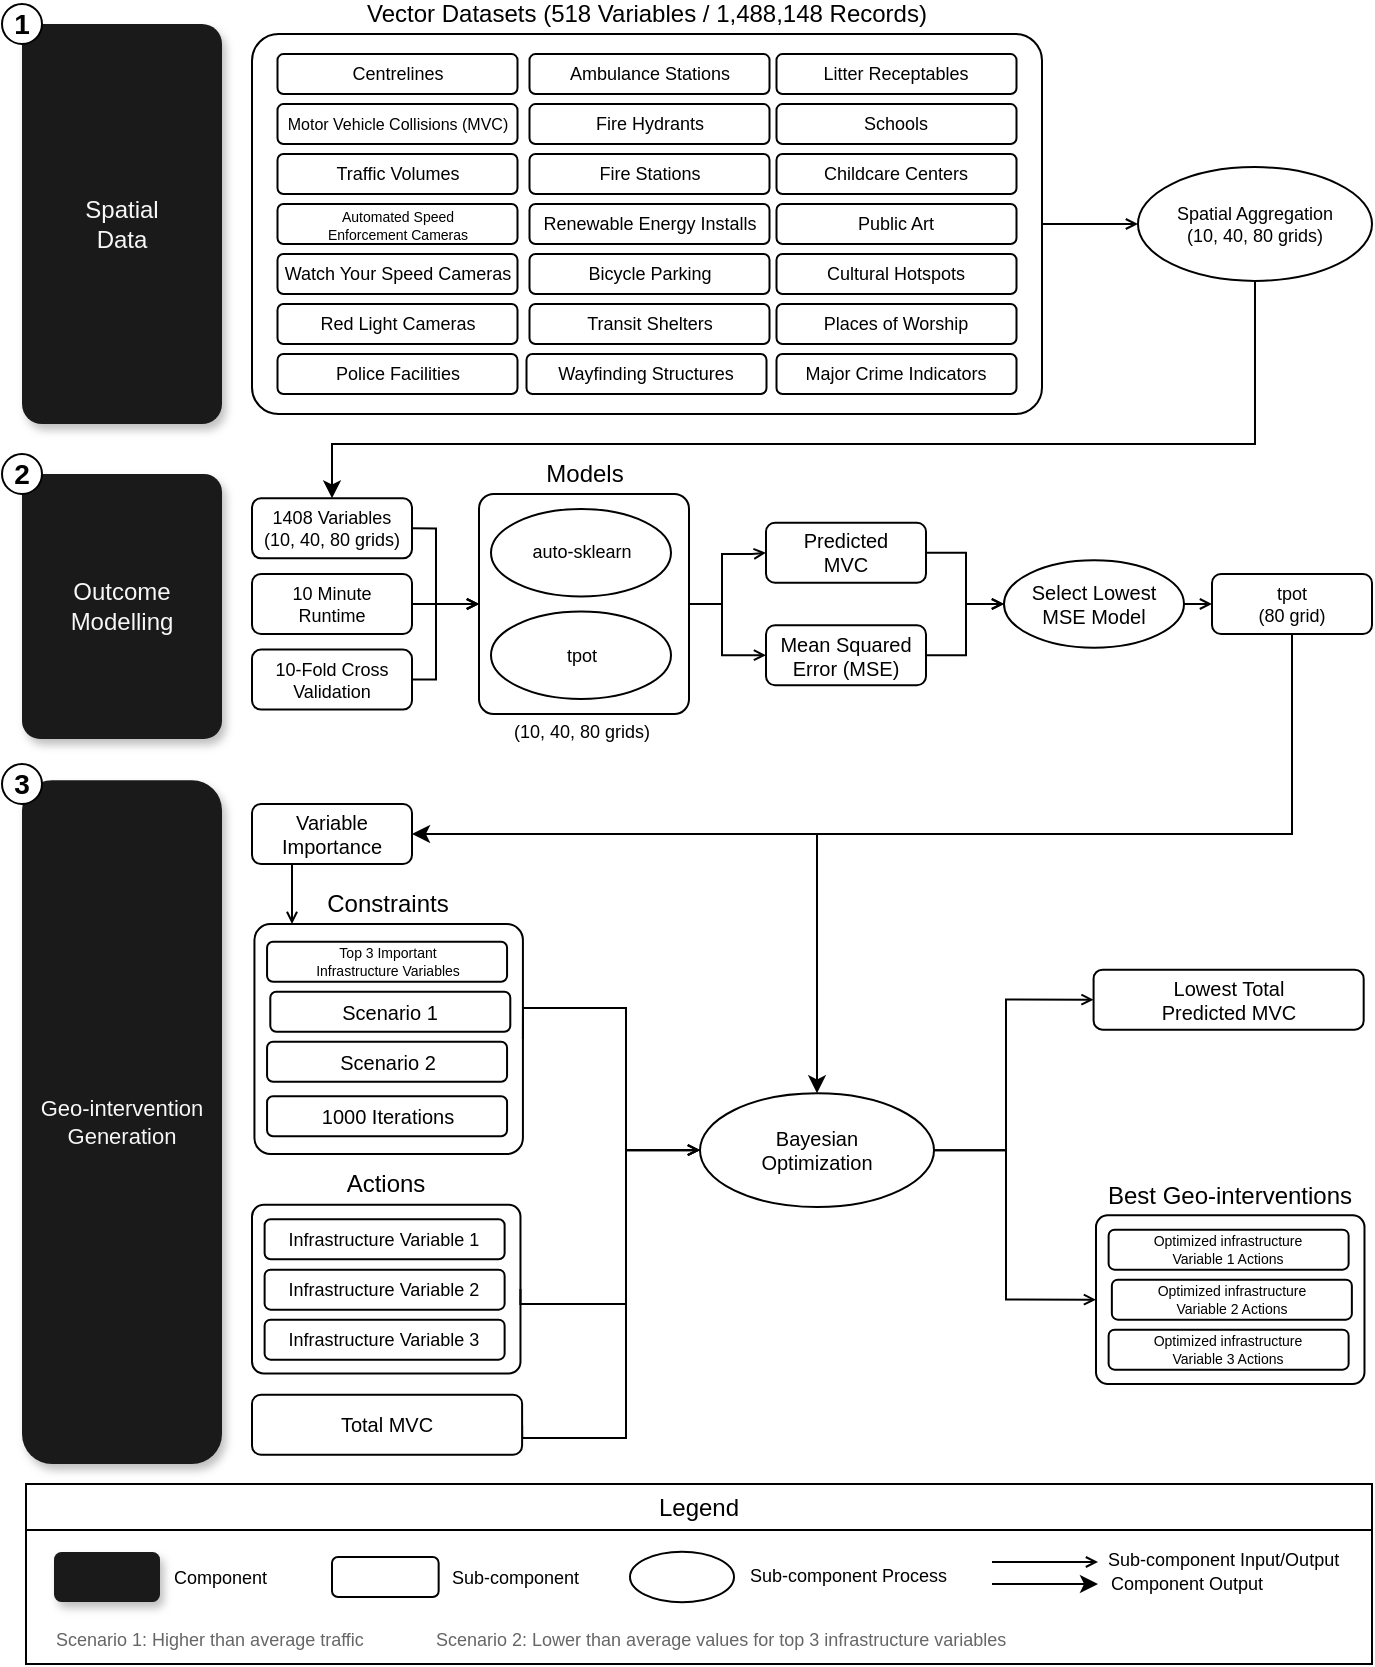
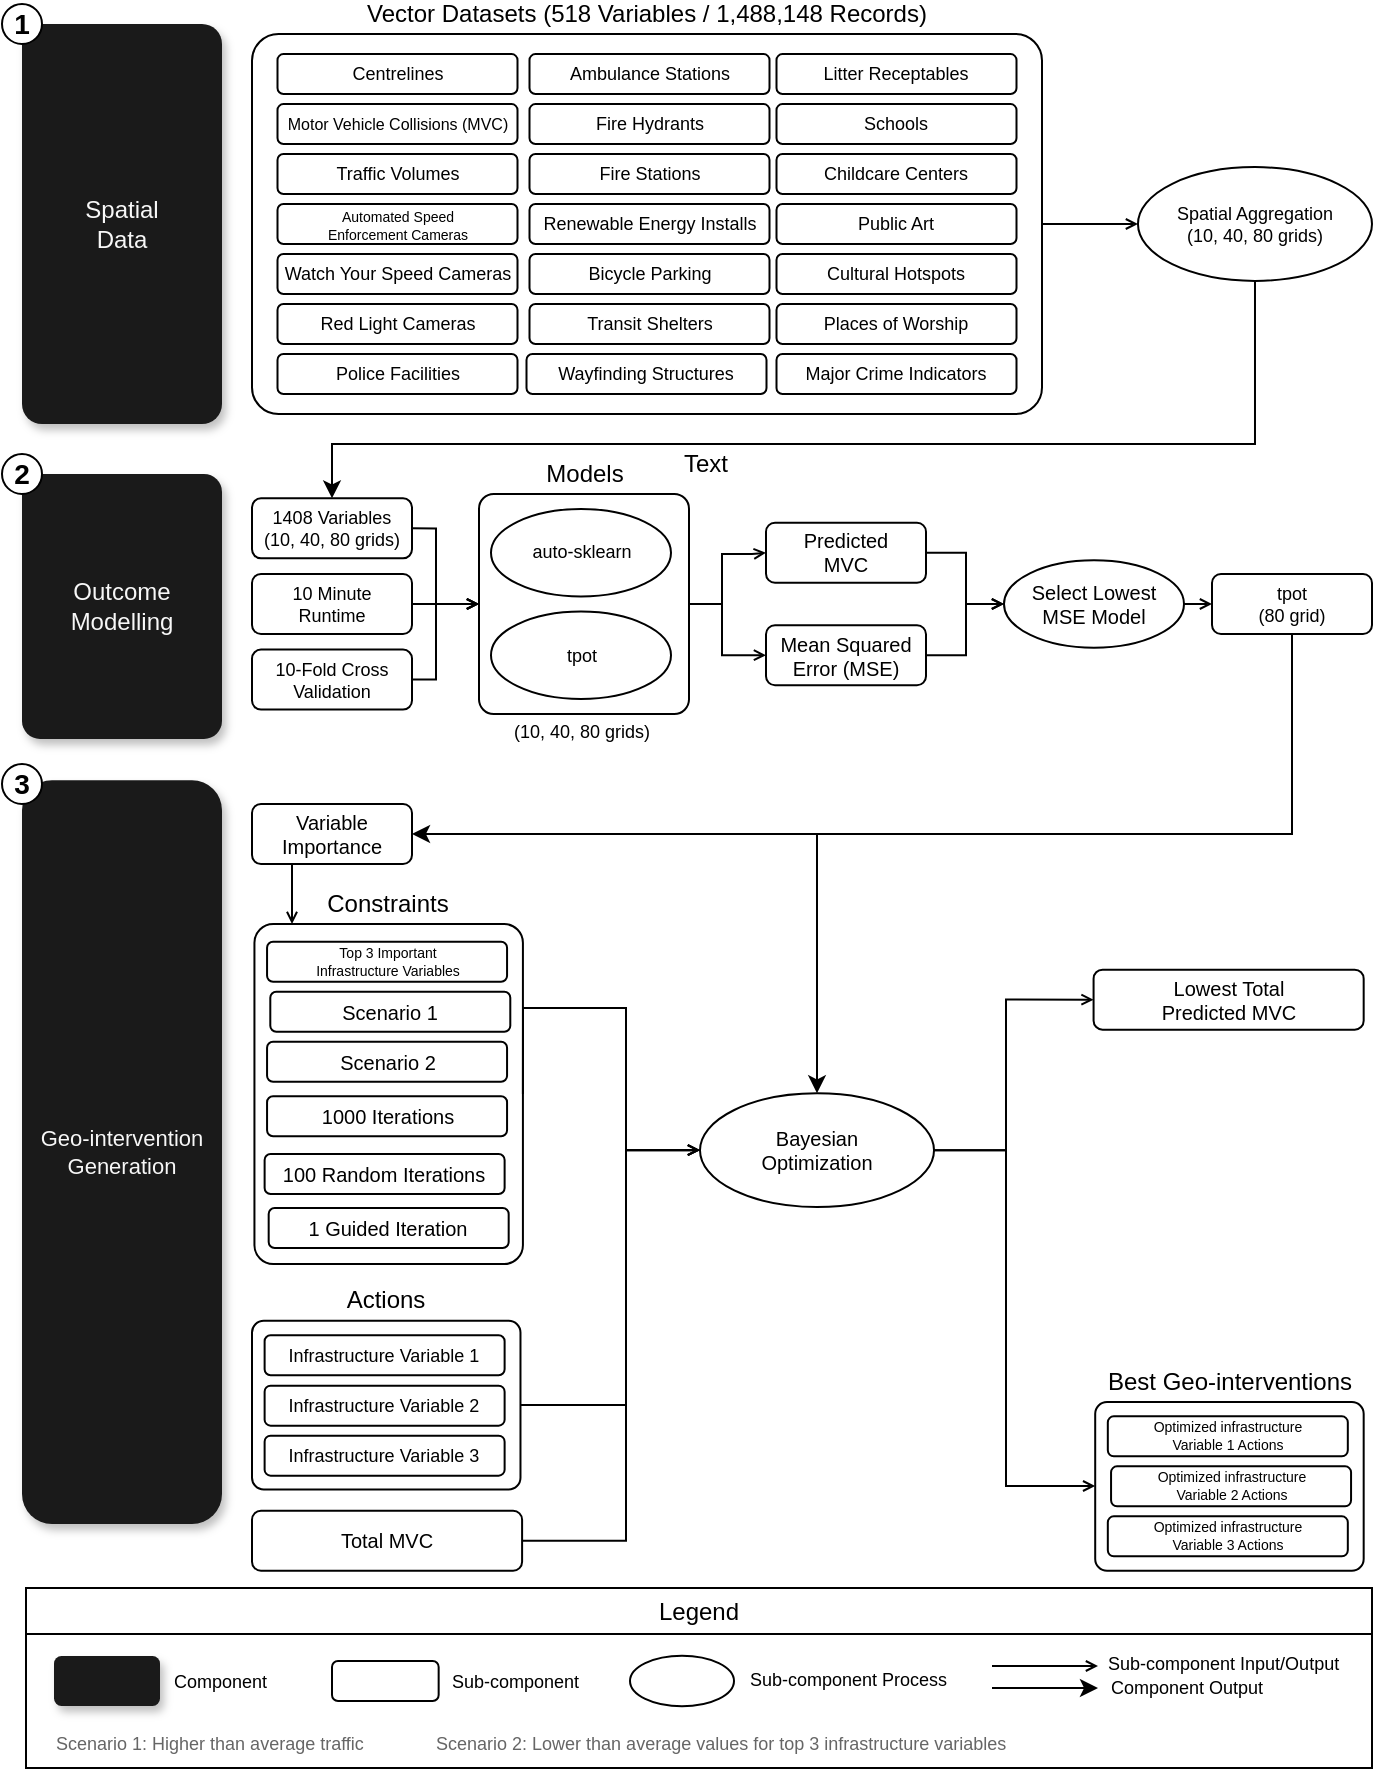
<mxfile host="Electron" agent="Mozilla/5.0 (Macintosh; Intel Mac OS X 10_15_7) AppleWebKit/537.36 (KHTML, like Gecko) draw.io/26.0.9 Chrome/128.0.6613.186 Electron/32.2.5 Safari/537.36" version="26.0.9">
  <diagram name="Page-1" id="8gdRkE0yfgIarTRspHVS">
-     <mxGraphModel dx="1185" dy="659" grid="1" gridSize="5" guides="1" tooltips="1" connect="1" arrows="1" fold="1" page="1" pageScale="1" pageWidth="700" pageHeight="850" math="1" shadow="0">
+     <mxGraphModel dx="1185" dy="659" grid="1" gridSize="5" guides="1" tooltips="1" connect="1" arrows="1" fold="1" page="1" pageScale="1" pageWidth="700" pageHeight="900" math="1" shadow="0">
      <root>
        <mxCell id="0" />
        <mxCell id="1" parent="0" />
        <mxCell id="H4vYK6OcZFrmIF_h3pnX-27" value="Models" style="rounded=1;whiteSpace=wrap;html=1;glass=0;fillColor=none;verticalAlign=top;spacing=0;spacingTop=-22;align=center;fontColor=#000000;strokeColor=#000000;spacingRight=0;spacingLeft=0;arcSize=7;" parent="1" vertex="1">
          <mxGeometry x="246.5" y="255" width="105" height="110" as="geometry" />
        </mxCell>
        <mxCell id="zVcd5So7Ncbx6f7flit7-27" value="1408 Variables&lt;div&gt;(10, 40, 80 grids)&lt;/div&gt;" style="rounded=1;whiteSpace=wrap;html=1;fontSize=9;" parent="1" vertex="1">
          <mxGeometry x="133" y="257.18" width="80" height="30" as="geometry" />
        </mxCell>
        <mxCell id="zVcd5So7Ncbx6f7flit7-28" value="10 Minute&lt;div&gt;Runtime&lt;/div&gt;" style="rounded=1;whiteSpace=wrap;html=1;strokeColor=#000000;fontColor=#000000;fontSize=9;" parent="1" vertex="1">
          <mxGeometry x="133" y="294.99" width="80" height="30" as="geometry" />
        </mxCell>
        <mxCell id="zVcd5So7Ncbx6f7flit7-45" style="edgeStyle=orthogonalEdgeStyle;rounded=0;orthogonalLoop=1;jettySize=auto;html=1;entryX=0;entryY=0.5;entryDx=0;entryDy=0;endArrow=open;endFill=0;endSize=4;startSize=4;exitX=1;exitY=0.5;exitDx=0;exitDy=0;" parent="1" source="H4vYK6OcZFrmIF_h3pnX-27" target="zVcd5So7Ncbx6f7flit7-31" edge="1">
          <mxGeometry relative="1" as="geometry">
            <Array as="points">
              <mxPoint x="368" y="310" />
              <mxPoint x="368" y="285" />
              <mxPoint x="383" y="285" />
            </Array>
          </mxGeometry>
        </mxCell>
        <mxCell id="Uf6OMud8qKE22yOZLW_d-1" style="edgeStyle=orthogonalEdgeStyle;rounded=0;orthogonalLoop=1;jettySize=auto;html=1;entryX=0;entryY=0.5;entryDx=0;entryDy=0;endArrow=open;endFill=0;endSize=4;startSize=4;exitX=1;exitY=0.5;exitDx=0;exitDy=0;" parent="1" source="H4vYK6OcZFrmIF_h3pnX-27" target="zVcd5So7Ncbx6f7flit7-46" edge="1">
          <mxGeometry relative="1" as="geometry">
            <Array as="points">
              <mxPoint x="368" y="310" />
              <mxPoint x="368" y="336" />
            </Array>
          </mxGeometry>
        </mxCell>
        <mxCell id="zVcd5So7Ncbx6f7flit7-30" value="auto-sklearn" style="ellipse;whiteSpace=wrap;html=1;fontColor=#000000;strokeColor=#000000;fontSize=9;" parent="1" vertex="1">
          <mxGeometry x="252.5" y="262.51" width="90" height="43.75" as="geometry" />
        </mxCell>
        <mxCell id="zVcd5So7Ncbx6f7flit7-49" style="edgeStyle=orthogonalEdgeStyle;rounded=0;orthogonalLoop=1;jettySize=auto;html=1;entryX=0;entryY=0.5;entryDx=0;entryDy=0;endArrow=open;endFill=0;endSize=4;startSize=4;" parent="1" source="zVcd5So7Ncbx6f7flit7-31" target="zVcd5So7Ncbx6f7flit7-33" edge="1">
          <mxGeometry relative="1" as="geometry" />
        </mxCell>
        <mxCell id="H4vYK6OcZFrmIF_h3pnX-34" value="Constraints" style="rounded=1;whiteSpace=wrap;html=1;glass=0;fillColor=none;verticalAlign=top;spacing=0;spacingTop=-22;align=center;fontColor=#000000;strokeColor=#000000;spacingRight=0;spacingLeft=0;arcSize=7;labelBackgroundColor=none;" parent="1" vertex="1">
-           <mxGeometry x="134.22" y="470" width="134.24" height="115" as="geometry" />
+           <mxGeometry x="134.22" y="470" width="134.24" height="170" as="geometry" />
        </mxCell>
        <mxCell id="zVcd5So7Ncbx6f7flit7-31" value="Predicted&lt;div&gt;MVC&lt;/div&gt;" style="rounded=1;whiteSpace=wrap;html=1;fontSize=10;" parent="1" vertex="1">
          <mxGeometry x="390" y="269.38" width="80" height="30" as="geometry" />
        </mxCell>
        <mxCell id="zVcd5So7Ncbx6f7flit7-33" value="Select Lowest&lt;div&gt;MSE Model&lt;/div&gt;" style="ellipse;whiteSpace=wrap;html=1;fontColor=#000000;strokeColor=#000000;fontSize=10;" parent="1" vertex="1">
          <mxGeometry x="509" y="288.12" width="90" height="43.75" as="geometry" />
        </mxCell>
        <mxCell id="zVcd5So7Ncbx6f7flit7-8" value="Vector Datasets (518 Variables / 1,488,148 Records)" style="rounded=1;whiteSpace=wrap;html=1;glass=0;fillColor=none;verticalAlign=top;spacing=0;spacingTop=-22;align=center;fontColor=#000000;strokeColor=#000000;spacingRight=0;spacingLeft=0;arcSize=7;" parent="1" vertex="1">
          <mxGeometry x="133" y="25" width="395" height="190" as="geometry" />
        </mxCell>
        <mxCell id="zVcd5So7Ncbx6f7flit7-48" style="edgeStyle=orthogonalEdgeStyle;rounded=0;orthogonalLoop=1;jettySize=auto;html=1;entryX=0.5;entryY=0;entryDx=0;entryDy=0;fontColor=#000000;exitX=0.5;exitY=1;exitDx=0;exitDy=0;" parent="1" source="zVcd5So7Ncbx6f7flit7-22" target="zVcd5So7Ncbx6f7flit7-27" edge="1">
          <mxGeometry relative="1" as="geometry">
            <Array as="points">
              <mxPoint x="635" y="230" />
              <mxPoint x="173" y="230" />
            </Array>
          </mxGeometry>
        </mxCell>
        <mxCell id="zVcd5So7Ncbx6f7flit7-22" value="Spatial Aggregation&lt;div&gt;(10, 40, 80 grids)&lt;/div&gt;" style="ellipse;whiteSpace=wrap;html=1;fontColor=#000000;strokeColor=#000000;fontSize=9;aspect=fixed;" parent="1" vertex="1">
          <mxGeometry x="575.99" y="91.56" width="117.01" height="56.88" as="geometry" />
        </mxCell>
        <mxCell id="zVcd5So7Ncbx6f7flit7-25" style="edgeStyle=orthogonalEdgeStyle;rounded=0;orthogonalLoop=1;jettySize=auto;html=1;entryX=0;entryY=0.5;entryDx=0;entryDy=0;fontColor=#000000;strokeColor=#000000;endArrow=open;endFill=0;endSize=4;startSize=4;" parent="1" source="zVcd5So7Ncbx6f7flit7-8" target="zVcd5So7Ncbx6f7flit7-22" edge="1">
          <mxGeometry relative="1" as="geometry" />
        </mxCell>
        <mxCell id="zVcd5So7Ncbx6f7flit7-46" value="Mean Squared Error (MSE)" style="rounded=1;whiteSpace=wrap;html=1;fontSize=10;fontColor=#000000;strokeColor=#000000;" parent="1" vertex="1">
          <mxGeometry x="390" y="320.62" width="80" height="30" as="geometry" />
        </mxCell>
        <mxCell id="zVcd5So7Ncbx6f7flit7-59" style="edgeStyle=orthogonalEdgeStyle;rounded=0;orthogonalLoop=1;jettySize=auto;html=1;entryX=0.5;entryY=0;entryDx=0;entryDy=0;endArrow=classic;endFill=1;" parent="1" source="zVcd5So7Ncbx6f7flit7-47" target="zVcd5So7Ncbx6f7flit7-55" edge="1">
          <mxGeometry relative="1" as="geometry">
            <Array as="points">
              <mxPoint x="653" y="425" />
              <mxPoint x="415" y="425" />
            </Array>
          </mxGeometry>
        </mxCell>
        <mxCell id="zVcd5So7Ncbx6f7flit7-64" style="edgeStyle=orthogonalEdgeStyle;rounded=0;orthogonalLoop=1;jettySize=auto;html=1;entryX=1;entryY=0.5;entryDx=0;entryDy=0;strokeColor=#000000;endArrow=classic;endFill=1;" parent="1" source="zVcd5So7Ncbx6f7flit7-47" target="zVcd5So7Ncbx6f7flit7-54" edge="1">
          <mxGeometry relative="1" as="geometry">
            <Array as="points">
              <mxPoint x="653" y="425" />
            </Array>
          </mxGeometry>
        </mxCell>
        <mxCell id="zVcd5So7Ncbx6f7flit7-47" value="&lt;div&gt;tpot&lt;/div&gt;&lt;div&gt;(80 grid)&lt;/div&gt;" style="rounded=1;whiteSpace=wrap;html=1;fontSize=9;" parent="1" vertex="1">
          <mxGeometry x="613" y="295" width="80" height="30" as="geometry" />
        </mxCell>
        <mxCell id="zVcd5So7Ncbx6f7flit7-50" style="edgeStyle=orthogonalEdgeStyle;rounded=0;orthogonalLoop=1;jettySize=auto;html=1;entryX=0;entryY=0.5;entryDx=0;entryDy=0;strokeColor=#000000;endArrow=open;endFill=0;endSize=4;startSize=4;fontColor=#000000;" parent="1" source="zVcd5So7Ncbx6f7flit7-46" target="zVcd5So7Ncbx6f7flit7-33" edge="1">
          <mxGeometry relative="1" as="geometry" />
        </mxCell>
        <mxCell id="zVcd5So7Ncbx6f7flit7-60" style="edgeStyle=orthogonalEdgeStyle;rounded=0;orthogonalLoop=1;jettySize=auto;html=1;endArrow=open;endFill=0;endSize=4;startSize=4;exitX=1;exitY=0.5;exitDx=0;exitDy=0;entryX=0;entryY=0.5;entryDx=0;entryDy=0;" parent="1" source="H4vYK6OcZFrmIF_h3pnX-57" target="zVcd5So7Ncbx6f7flit7-55" edge="1">
          <mxGeometry relative="1" as="geometry">
            <mxPoint x="285.24" y="619.1" as="sourcePoint" />
            <mxPoint x="410" y="610" as="targetPoint" />
            <Array as="points">
-               <mxPoint x="320" y="660" />
+               <mxPoint x="320" y="710" />
              <mxPoint x="320" y="583" />
            </Array>
          </mxGeometry>
        </mxCell>
        <mxCell id="zVcd5So7Ncbx6f7flit7-62" style="edgeStyle=orthogonalEdgeStyle;rounded=0;orthogonalLoop=1;jettySize=auto;html=1;entryX=0;entryY=0.5;entryDx=0;entryDy=0;endArrow=open;endFill=0;endSize=4;startSize=4;exitX=1;exitY=0.5;exitDx=0;exitDy=0;" parent="1" source="H4vYK6OcZFrmIF_h3pnX-34" target="zVcd5So7Ncbx6f7flit7-55" edge="1">
          <mxGeometry relative="1" as="geometry">
            <Array as="points">
              <mxPoint x="320" y="512" />
              <mxPoint x="320" y="583" />
              <mxPoint x="357" y="583" />
            </Array>
          </mxGeometry>
        </mxCell>
        <mxCell id="zVcd5So7Ncbx6f7flit7-63" style="edgeStyle=orthogonalEdgeStyle;rounded=0;orthogonalLoop=1;jettySize=auto;html=1;fontColor=#000000;strokeColor=#000000;endArrow=open;endFill=0;endSize=4;startSize=4;exitX=0.25;exitY=1;exitDx=0;exitDy=0;" parent="1" source="zVcd5So7Ncbx6f7flit7-54" edge="1">
          <mxGeometry relative="1" as="geometry">
            <mxPoint x="155" y="450" as="sourcePoint" />
            <mxPoint x="153" y="470" as="targetPoint" />
            <Array as="points">
              <mxPoint x="153" y="470" />
            </Array>
          </mxGeometry>
        </mxCell>
        <mxCell id="zVcd5So7Ncbx6f7flit7-54" value="&lt;div&gt;Variable Importance&lt;/div&gt;" style="rounded=1;whiteSpace=wrap;html=1;strokeColor=#000000;fontColor=#000000;fontSize=10;" parent="1" vertex="1">
          <mxGeometry x="133" y="410" width="80" height="30" as="geometry" />
        </mxCell>
        <mxCell id="zVcd5So7Ncbx6f7flit7-66" style="edgeStyle=orthogonalEdgeStyle;rounded=0;orthogonalLoop=1;jettySize=auto;html=1;entryX=0;entryY=0.5;entryDx=0;entryDy=0;endArrow=open;endFill=0;endSize=4;startSize=4;exitX=1;exitY=0.5;exitDx=0;exitDy=0;" parent="1" source="zVcd5So7Ncbx6f7flit7-55" target="H4vYK6OcZFrmIF_h3pnX-66" edge="1">
          <mxGeometry relative="1" as="geometry">
            <mxPoint x="559" y="515" as="targetPoint" />
            <Array as="points">
              <mxPoint x="510" y="583" />
              <mxPoint x="510" y="508" />
            </Array>
          </mxGeometry>
        </mxCell>
        <mxCell id="zVcd5So7Ncbx6f7flit7-67" style="edgeStyle=orthogonalEdgeStyle;rounded=0;orthogonalLoop=1;jettySize=auto;html=1;entryX=0;entryY=0.5;entryDx=0;entryDy=0;endArrow=open;endFill=0;endSize=4;startSize=4;exitX=1;exitY=0.5;exitDx=0;exitDy=0;" parent="1" source="zVcd5So7Ncbx6f7flit7-55" target="H4vYK6OcZFrmIF_h3pnX-62" edge="1">
          <mxGeometry relative="1" as="geometry">
            <mxPoint x="559" y="625.96" as="targetPoint" />
            <Array as="points">
              <mxPoint x="510" y="583" />
-               <mxPoint x="510" y="658" />
+               <mxPoint x="510" y="751" />
+               <mxPoint x="555" y="751" />
            </Array>
          </mxGeometry>
        </mxCell>
        <mxCell id="zVcd5So7Ncbx6f7flit7-55" value="Bayesian&lt;div&gt;Optimization&lt;/div&gt;" style="ellipse;whiteSpace=wrap;html=1;fontColor=#000000;strokeColor=#000000;fontSize=10;" parent="1" vertex="1">
          <mxGeometry x="357" y="554.66" width="117.01" height="56.88" as="geometry" />
        </mxCell>
        <mxCell id="zVcd5So7Ncbx6f7flit7-65" style="edgeStyle=orthogonalEdgeStyle;rounded=0;orthogonalLoop=1;jettySize=auto;html=1;entryX=0;entryY=0.5;entryDx=0;entryDy=0;endArrow=open;endFill=0;endSize=4;startSize=4;exitX=1;exitY=0.5;exitDx=0;exitDy=0;" parent="1" source="H4vYK6OcZFrmIF_h3pnX-61" target="zVcd5So7Ncbx6f7flit7-55" edge="1">
          <mxGeometry relative="1" as="geometry">
            <mxPoint x="297.07000000000005" y="683.46" as="sourcePoint" />
            <Array as="points">
-               <mxPoint x="320" y="727" />
+               <mxPoint x="320" y="778" />
              <mxPoint x="320" y="583" />
            </Array>
          </mxGeometry>
        </mxCell>
        <mxCell id="zVcd5So7Ncbx6f7flit7-68" value="Spatial&lt;div&gt;Data&lt;/div&gt;" style="rounded=1;whiteSpace=wrap;html=1;fillColor=#1A1A1A;strokeColor=none;shadow=1;fontColor=#F7F7F7;arcSize=10;" parent="1" vertex="1">
          <mxGeometry x="18" y="20" width="100" height="200" as="geometry" />
        </mxCell>
        <mxCell id="zVcd5So7Ncbx6f7flit7-69" value="Outcome&lt;div&gt;Modelling&lt;/div&gt;" style="rounded=1;whiteSpace=wrap;html=1;fillColor=#1A1A1A;strokeColor=none;shadow=1;fontColor=#F7F7F7;arcSize=9;" parent="1" vertex="1">
          <mxGeometry x="18" y="245" width="100" height="132.49" as="geometry" />
        </mxCell>
        <mxCell id="zVcd5So7Ncbx6f7flit7-70" value="1" style="ellipse;whiteSpace=wrap;html=1;aspect=fixed;fontStyle=1;fontSize=14;strokeWidth=1;" parent="1" vertex="1">
          <mxGeometry x="8" y="10" width="20" height="20" as="geometry" />
        </mxCell>
        <mxCell id="zVcd5So7Ncbx6f7flit7-71" value="2" style="ellipse;whiteSpace=wrap;html=1;aspect=fixed;fontStyle=1;fontSize=14;strokeWidth=1;" parent="1" vertex="1">
          <mxGeometry x="8" y="235" width="20" height="20" as="geometry" />
        </mxCell>
        <mxCell id="zVcd5So7Ncbx6f7flit7-72" value="Geo-intervention&lt;div&gt;Generation&lt;/div&gt;" style="rounded=1;whiteSpace=wrap;html=1;fillColor=#1A1A1A;strokeColor=none;shadow=1;fontColor=#F7F7F7;rotation=0;fontSize=11;" parent="1" vertex="1">
-           <mxGeometry x="18" y="398.13" width="100" height="341.87" as="geometry" />
+           <mxGeometry x="18" y="398.13" width="100" height="371.87" as="geometry" />
        </mxCell>
        <mxCell id="zVcd5So7Ncbx6f7flit7-73" value="3" style="ellipse;whiteSpace=wrap;html=1;aspect=fixed;fontStyle=1;fontSize=14;strokeWidth=1;" parent="1" vertex="1">
          <mxGeometry x="8" y="390" width="20" height="20" as="geometry" />
        </mxCell>
        <mxCell id="zVcd5So7Ncbx6f7flit7-83" value="" style="rounded=0;whiteSpace=wrap;html=1;" parent="1" vertex="1">
-           <mxGeometry x="20" y="770" width="673" height="70" as="geometry" />
+           <mxGeometry x="20" y="822" width="673" height="70" as="geometry" />
        </mxCell>
        <mxCell id="zVcd5So7Ncbx6f7flit7-108" value="Legend" style="rounded=0;whiteSpace=wrap;html=1;" parent="1" vertex="1">
-           <mxGeometry x="20" y="750" width="673" height="23" as="geometry" />
+           <mxGeometry x="20" y="802" width="673" height="23" as="geometry" />
        </mxCell>
        <mxCell id="H4vYK6OcZFrmIF_h3pnX-1" value="Centrelines" style="rounded=1;whiteSpace=wrap;html=1;fontSize=9;" parent="1" vertex="1">
          <mxGeometry x="145.75" y="35.040000000000006" width="120" height="20" as="geometry" />
        </mxCell>
        <mxCell id="H4vYK6OcZFrmIF_h3pnX-2" value="Motor Vehicle Collisions (MVC)" style="rounded=1;whiteSpace=wrap;html=1;fontSize=8;" parent="1" vertex="1">
          <mxGeometry x="145.75" y="60.03999999999999" width="120" height="20" as="geometry" />
        </mxCell>
        <mxCell id="H4vYK6OcZFrmIF_h3pnX-3" value="Ambulance Stations" style="rounded=1;whiteSpace=wrap;html=1;fontSize=9;" parent="1" vertex="1">
          <mxGeometry x="271.75" y="35.040000000000006" width="120" height="20" as="geometry" />
        </mxCell>
        <mxCell id="H4vYK6OcZFrmIF_h3pnX-4" value="Fire Hydrants" style="rounded=1;whiteSpace=wrap;html=1;fontSize=9;" parent="1" vertex="1">
          <mxGeometry x="271.75" y="60.03999999999999" width="120" height="20" as="geometry" />
        </mxCell>
        <mxCell id="H4vYK6OcZFrmIF_h3pnX-5" value="Litter Receptables" style="rounded=1;whiteSpace=wrap;html=1;fontSize=9;" parent="1" vertex="1">
          <mxGeometry x="395.25" y="35.040000000000006" width="120" height="20" as="geometry" />
        </mxCell>
        <mxCell id="H4vYK6OcZFrmIF_h3pnX-6" value="Schools" style="rounded=1;whiteSpace=wrap;html=1;fontSize=9;" parent="1" vertex="1">
          <mxGeometry x="395.25" y="60.03999999999999" width="120" height="20" as="geometry" />
        </mxCell>
        <mxCell id="H4vYK6OcZFrmIF_h3pnX-7" value="Traffic Volumes" style="rounded=1;whiteSpace=wrap;html=1;fontSize=9;" parent="1" vertex="1">
          <mxGeometry x="145.75" y="84.98" width="120" height="20" as="geometry" />
        </mxCell>
        <mxCell id="H4vYK6OcZFrmIF_h3pnX-8" value="Fire Stations" style="rounded=1;whiteSpace=wrap;html=1;fontSize=9;" parent="1" vertex="1">
          <mxGeometry x="271.75" y="84.98" width="120" height="20" as="geometry" />
        </mxCell>
        <mxCell id="H4vYK6OcZFrmIF_h3pnX-9" value="Childcare Centers" style="rounded=1;whiteSpace=wrap;html=1;fontSize=9;" parent="1" vertex="1">
          <mxGeometry x="395.25" y="84.98" width="120" height="20" as="geometry" />
        </mxCell>
        <mxCell id="H4vYK6OcZFrmIF_h3pnX-12" value="&lt;span style=&quot;font-size: 7px;&quot;&gt;Automated Speed&lt;/span&gt;&lt;div style=&quot;font-size: 7px;&quot;&gt;Enforcement Cameras&lt;/div&gt;" style="rounded=1;whiteSpace=wrap;html=1;fontSize=9;" parent="1" vertex="1">
          <mxGeometry x="145.75" y="109.98" width="120" height="20" as="geometry" />
        </mxCell>
        <mxCell id="H4vYK6OcZFrmIF_h3pnX-13" value="Watch Your Speed Cameras" style="rounded=1;whiteSpace=wrap;html=1;fontSize=9;" parent="1" vertex="1">
          <mxGeometry x="145.75" y="134.98" width="120" height="20" as="geometry" />
        </mxCell>
        <mxCell id="H4vYK6OcZFrmIF_h3pnX-14" value="Red Light Cameras" style="rounded=1;whiteSpace=wrap;html=1;fontSize=9;" parent="1" vertex="1">
          <mxGeometry x="145.75" y="159.98" width="120" height="20" as="geometry" />
        </mxCell>
        <mxCell id="H4vYK6OcZFrmIF_h3pnX-15" value="Police Facilities" style="rounded=1;whiteSpace=wrap;html=1;fontSize=9;" parent="1" vertex="1">
          <mxGeometry x="145.75" y="184.98" width="120" height="20" as="geometry" />
        </mxCell>
        <mxCell id="H4vYK6OcZFrmIF_h3pnX-16" value="Renewable Energy Installs" style="rounded=1;whiteSpace=wrap;html=1;fontSize=9;" parent="1" vertex="1">
          <mxGeometry x="271.75" y="109.98" width="120" height="20" as="geometry" />
        </mxCell>
        <mxCell id="H4vYK6OcZFrmIF_h3pnX-17" value="Bicycle Parking" style="rounded=1;whiteSpace=wrap;html=1;fontSize=9;" parent="1" vertex="1">
          <mxGeometry x="271.75" y="134.98" width="120" height="20" as="geometry" />
        </mxCell>
        <mxCell id="H4vYK6OcZFrmIF_h3pnX-18" value="Transit Shelters" style="rounded=1;whiteSpace=wrap;html=1;fontSize=9;" parent="1" vertex="1">
          <mxGeometry x="271.75" y="159.98" width="120" height="20" as="geometry" />
        </mxCell>
        <mxCell id="H4vYK6OcZFrmIF_h3pnX-19" value="Wayfinding Structures" style="rounded=1;whiteSpace=wrap;html=1;fontSize=9;" parent="1" vertex="1">
          <mxGeometry x="270.25" y="184.98" width="120" height="20" as="geometry" />
        </mxCell>
        <mxCell id="H4vYK6OcZFrmIF_h3pnX-20" value="Public Art" style="rounded=1;whiteSpace=wrap;html=1;fontSize=9;" parent="1" vertex="1">
          <mxGeometry x="395.25" y="109.99000000000001" width="120" height="20" as="geometry" />
        </mxCell>
        <mxCell id="H4vYK6OcZFrmIF_h3pnX-21" value="Cultural Hotspots" style="rounded=1;whiteSpace=wrap;html=1;fontSize=9;" parent="1" vertex="1">
          <mxGeometry x="395.25" y="134.98" width="120" height="20" as="geometry" />
        </mxCell>
        <mxCell id="H4vYK6OcZFrmIF_h3pnX-22" value="Places of Worship" style="rounded=1;whiteSpace=wrap;html=1;fontSize=9;" parent="1" vertex="1">
          <mxGeometry x="395.25" y="159.98" width="120" height="20" as="geometry" />
        </mxCell>
        <mxCell id="H4vYK6OcZFrmIF_h3pnX-23" value="Major Crime Indicators" style="rounded=1;whiteSpace=wrap;html=1;fontSize=9;" parent="1" vertex="1">
          <mxGeometry x="395.25" y="184.98" width="120" height="20" as="geometry" />
        </mxCell>
        <mxCell id="H4vYK6OcZFrmIF_h3pnX-26" value="tpot" style="ellipse;whiteSpace=wrap;html=1;fontColor=#000000;strokeColor=#000000;fontSize=9;" parent="1" vertex="1">
          <mxGeometry x="252.5" y="313.74" width="90" height="43.75" as="geometry" />
        </mxCell>
        <mxCell id="H4vYK6OcZFrmIF_h3pnX-31" style="edgeStyle=orthogonalEdgeStyle;rounded=0;orthogonalLoop=1;jettySize=auto;html=1;entryX=0;entryY=0.5;entryDx=0;entryDy=0;endArrow=open;endFill=0;endSize=4;startSize=4;exitX=1;exitY=0.5;exitDx=0;exitDy=0;" parent="1" source="zVcd5So7Ncbx6f7flit7-27" target="H4vYK6OcZFrmIF_h3pnX-27" edge="1">
          <mxGeometry relative="1" as="geometry">
            <mxPoint x="218" y="286.02" as="sourcePoint" />
            <mxPoint x="252" y="255.01999999999998" as="targetPoint" />
            <Array as="points">
              <mxPoint x="225" y="272" />
              <mxPoint x="225" y="310" />
            </Array>
          </mxGeometry>
        </mxCell>
        <mxCell id="H4vYK6OcZFrmIF_h3pnX-32" style="edgeStyle=orthogonalEdgeStyle;rounded=0;orthogonalLoop=1;jettySize=auto;html=1;entryX=0;entryY=0.5;entryDx=0;entryDy=0;strokeColor=#000000;endArrow=open;endFill=0;endSize=4;startSize=4;fontColor=#000000;exitX=1;exitY=0.5;exitDx=0;exitDy=0;" parent="1" source="zVcd5So7Ncbx6f7flit7-33" target="zVcd5So7Ncbx6f7flit7-47" edge="1">
          <mxGeometry relative="1" as="geometry">
            <mxPoint x="468" y="341" as="sourcePoint" />
            <mxPoint x="508" y="315" as="targetPoint" />
          </mxGeometry>
        </mxCell>
        <mxCell id="H4vYK6OcZFrmIF_h3pnX-33" value="(10, 40, 80 grids)" style="text;html=1;align=center;verticalAlign=middle;whiteSpace=wrap;rounded=0;fontSize=9;" parent="1" vertex="1">
          <mxGeometry x="244.75" y="361" width="105.5" height="25" as="geometry" />
        </mxCell>
        <mxCell id="H4vYK6OcZFrmIF_h3pnX-48" value="&lt;font&gt;Scenario 1: Higher than average traffic&lt;/font&gt;" style="text;html=1;align=left;verticalAlign=middle;whiteSpace=wrap;rounded=0;fontSize=9;fontColor=#666666;" parent="1" vertex="1">
-           <mxGeometry x="33" y="820" width="160" height="15" as="geometry" />
+           <mxGeometry x="33" y="872" width="160" height="15" as="geometry" />
        </mxCell>
        <mxCell id="H4vYK6OcZFrmIF_h3pnX-49" value="&lt;font&gt;Scenario 2: Lower than average values for top 3 infrastructure variables&lt;/font&gt;" style="text;html=1;align=left;verticalAlign=middle;whiteSpace=wrap;rounded=0;fontSize=9;fontColor=#666666;" parent="1" vertex="1">
-           <mxGeometry x="223.25" y="820" width="309.75" height="15" as="geometry" />
+           <mxGeometry x="223.25" y="872" width="309.75" height="15" as="geometry" />
        </mxCell>
        <mxCell id="H4vYK6OcZFrmIF_h3pnX-50" value="" style="group" parent="1" vertex="1" connectable="0">
-           <mxGeometry x="503" y="789" width="53" height="11" as="geometry" />
+           <mxGeometry x="503" y="841" width="53" height="11" as="geometry" />
        </mxCell>
        <mxCell id="zVcd5So7Ncbx6f7flit7-89" style="edgeStyle=orthogonalEdgeStyle;rounded=0;orthogonalLoop=1;jettySize=auto;html=1;endArrow=open;endFill=0;endSize=4;startSize=4;" parent="H4vYK6OcZFrmIF_h3pnX-50" edge="1">
          <mxGeometry relative="1" as="geometry">
            <mxPoint as="sourcePoint" />
            <mxPoint x="53" as="targetPoint" />
          </mxGeometry>
        </mxCell>
        <mxCell id="zVcd5So7Ncbx6f7flit7-90" value="Sub-component Input/Output" style="edgeLabel;html=1;align=left;verticalAlign=middle;resizable=0;points=[];fontSize=9;" parent="zVcd5So7Ncbx6f7flit7-89" vertex="1" connectable="0">
          <mxGeometry x="0.24" y="-3" relative="1" as="geometry">
            <mxPoint x="23" y="-4" as="offset" />
          </mxGeometry>
        </mxCell>
        <mxCell id="zVcd5So7Ncbx6f7flit7-97" style="rounded=0;orthogonalLoop=1;jettySize=auto;html=1;" parent="H4vYK6OcZFrmIF_h3pnX-50" edge="1">
          <mxGeometry relative="1" as="geometry">
            <mxPoint y="11" as="sourcePoint" />
            <mxPoint x="53" y="11" as="targetPoint" />
          </mxGeometry>
        </mxCell>
        <mxCell id="zVcd5So7Ncbx6f7flit7-98" value="Component Output" style="edgeLabel;html=1;align=center;verticalAlign=middle;resizable=0;points=[];fontSize=9;" parent="zVcd5So7Ncbx6f7flit7-97" vertex="1" connectable="0">
          <mxGeometry x="0.1282" y="-2" relative="1" as="geometry">
            <mxPoint x="67" y="-2" as="offset" />
          </mxGeometry>
        </mxCell>
        <mxCell id="zVcd5So7Ncbx6f7flit7-93" value="" style="rounded=1;whiteSpace=wrap;html=1;fillColor=#1A1A1A;strokeColor=none;shadow=1;fontColor=#F7F7F7;rotation=0;fontSize=11;" parent="1" vertex="1">
-           <mxGeometry x="34" y="784" width="53" height="25" as="geometry" />
+           <mxGeometry x="34" y="836" width="53" height="25" as="geometry" />
        </mxCell>
        <mxCell id="zVcd5So7Ncbx6f7flit7-94" value="Component" style="text;html=1;align=left;verticalAlign=middle;whiteSpace=wrap;rounded=0;fontSize=9;" parent="1" vertex="1">
-           <mxGeometry x="92" y="791.5" width="115" height="10" as="geometry" />
+           <mxGeometry x="92" y="843.5" width="115" height="10" as="geometry" />
        </mxCell>
        <mxCell id="zVcd5So7Ncbx6f7flit7-105" value="" style="group" parent="1" vertex="1" connectable="0">
-           <mxGeometry x="298" y="783.85" width="173" height="25.29000000000002" as="geometry" />
+           <mxGeometry x="298" y="835.85" width="173" height="25.29000000000002" as="geometry" />
        </mxCell>
        <mxCell id="zVcd5So7Ncbx6f7flit7-103" value="" style="ellipse;whiteSpace=wrap;html=1;fontColor=#000000;strokeColor=#000000;fontSize=12;aspect=fixed;" parent="zVcd5So7Ncbx6f7flit7-105" vertex="1">
          <mxGeometry x="24" width="52" height="25.29" as="geometry" />
        </mxCell>
        <mxCell id="zVcd5So7Ncbx6f7flit7-104" value="Sub-component Process" style="text;html=1;align=left;verticalAlign=middle;whiteSpace=wrap;rounded=0;fontSize=9;" parent="zVcd5So7Ncbx6f7flit7-105" vertex="1">
          <mxGeometry x="82" y="7.639999999999986" width="115" height="10" as="geometry" />
        </mxCell>
        <mxCell id="H4vYK6OcZFrmIF_h3pnX-51" value="" style="group" parent="1" vertex="1" connectable="0">
-           <mxGeometry x="173" y="786.5" width="173" height="20" as="geometry" />
+           <mxGeometry x="173" y="838.5" width="173" height="20" as="geometry" />
        </mxCell>
        <mxCell id="zVcd5So7Ncbx6f7flit7-91" value="Sub-component" style="text;html=1;align=left;verticalAlign=middle;whiteSpace=wrap;rounded=0;fontSize=9;" parent="H4vYK6OcZFrmIF_h3pnX-51" vertex="1">
          <mxGeometry x="58" y="5" width="115" height="10" as="geometry" />
        </mxCell>
        <mxCell id="zVcd5So7Ncbx6f7flit7-84" value="" style="rounded=1;whiteSpace=wrap;html=1;fontSize=9;align=left;spacing=0;spacingLeft=60;aspect=fixed;" parent="H4vYK6OcZFrmIF_h3pnX-51" vertex="1">
          <mxGeometry width="53.33" height="20" as="geometry" />
        </mxCell>
        <mxCell id="H4vYK6OcZFrmIF_h3pnX-52" value="&lt;span&gt;Top 3 Important&lt;/span&gt;&lt;div&gt;&lt;span&gt;Infrastructure Variables&lt;/span&gt;&lt;/div&gt;" style="rounded=1;whiteSpace=wrap;html=1;fontSize=7;" parent="1" vertex="1">
          <mxGeometry x="140.53" y="478.91" width="120" height="20" as="geometry" />
        </mxCell>
        <mxCell id="H4vYK6OcZFrmIF_h3pnX-54" value="&lt;span&gt;Scenario 1&lt;/span&gt;" style="rounded=1;whiteSpace=wrap;html=1;fontSize=10;" parent="1" vertex="1">
          <mxGeometry x="142.15" y="503.91" width="120" height="20" as="geometry" />
        </mxCell>
        <mxCell id="H4vYK6OcZFrmIF_h3pnX-55" value="&lt;span&gt;Scenario 2&lt;/span&gt;" style="rounded=1;whiteSpace=wrap;html=1;fontSize=10;" parent="1" vertex="1">
          <mxGeometry x="140.53" y="528.9100000000001" width="120" height="20" as="geometry" />
        </mxCell>
        <mxCell id="H4vYK6OcZFrmIF_h3pnX-57" value="Actions" style="rounded=1;whiteSpace=wrap;html=1;glass=0;fillColor=none;verticalAlign=top;spacing=0;spacingTop=-22;align=center;fontColor=#000000;strokeColor=#000000;spacingRight=0;spacingLeft=0;arcSize=7;labelBackgroundColor=none;" parent="1" vertex="1">
-           <mxGeometry x="133" y="610.36" width="134.24" height="84.36" as="geometry" />
+           <mxGeometry x="133" y="668.36" width="134.24" height="84.36" as="geometry" />
        </mxCell>
        <mxCell id="H4vYK6OcZFrmIF_h3pnX-58" value="Infrastructure Variable 1" style="rounded=1;whiteSpace=wrap;html=1;fontSize=9;" parent="1" vertex="1">
-           <mxGeometry x="139.31" y="617.64" width="120" height="20" as="geometry" />
+           <mxGeometry x="139.31" y="675.64" width="120" height="20" as="geometry" />
        </mxCell>
        <mxCell id="H4vYK6OcZFrmIF_h3pnX-59" value="&lt;span&gt;Infrastructure Variable 2&lt;/span&gt;" style="rounded=1;whiteSpace=wrap;html=1;fontSize=9;" parent="1" vertex="1">
-           <mxGeometry x="139.31" y="642.8199999999999" width="120" height="20" as="geometry" />
+           <mxGeometry x="139.31" y="700.8199999999999" width="120" height="20" as="geometry" />
        </mxCell>
        <mxCell id="H4vYK6OcZFrmIF_h3pnX-60" value="&lt;span&gt;Infrastructure Variable 3&lt;/span&gt;" style="rounded=1;whiteSpace=wrap;html=1;fontSize=9;" parent="1" vertex="1">
-           <mxGeometry x="139.31" y="667.82" width="120" height="20" as="geometry" />
+           <mxGeometry x="139.31" y="725.82" width="120" height="20" as="geometry" />
        </mxCell>
        <mxCell id="H4vYK6OcZFrmIF_h3pnX-61" value="Total MVC" style="rounded=1;whiteSpace=wrap;html=1;fontSize=10;" parent="1" vertex="1">
-           <mxGeometry x="133" y="705.36" width="135.05" height="30" as="geometry" />
+           <mxGeometry x="133" y="763.36" width="135.05" height="30" as="geometry" />
        </mxCell>
        <mxCell id="H4vYK6OcZFrmIF_h3pnX-62" value="Best Geo-interventions" style="rounded=1;whiteSpace=wrap;html=1;glass=0;fillColor=none;verticalAlign=top;spacing=0;spacingTop=-22;align=center;fontColor=#000000;strokeColor=#000000;spacingRight=0;spacingLeft=0;arcSize=7;labelBackgroundColor=none;" parent="1" vertex="1">
-           <mxGeometry x="555" y="615.64" width="134.24" height="84.36" as="geometry" />
+           <mxGeometry x="554.6" y="709" width="134.24" height="84.36" as="geometry" />
        </mxCell>
        <mxCell id="H4vYK6OcZFrmIF_h3pnX-63" value="Optimized infrastructure&lt;div&gt;Variable 1 Actions&lt;/div&gt;" style="rounded=1;whiteSpace=wrap;html=1;fontSize=7;" parent="1" vertex="1">
-           <mxGeometry x="561.31" y="622.8199999999999" width="120" height="20" as="geometry" />
+           <mxGeometry x="560.91" y="716.18" width="120" height="20" as="geometry" />
        </mxCell>
        <mxCell id="H4vYK6OcZFrmIF_h3pnX-64" value="Optimized infrastructure&lt;div&gt;Variable 2 Actions&lt;/div&gt;" style="rounded=1;whiteSpace=wrap;html=1;fontSize=7;" parent="1" vertex="1">
-           <mxGeometry x="562.9300000000001" y="647.8199999999999" width="120" height="20" as="geometry" />
+           <mxGeometry x="562.5300000000001" y="741.18" width="120" height="20" as="geometry" />
        </mxCell>
        <mxCell id="H4vYK6OcZFrmIF_h3pnX-65" value="Optimized infrastructure&lt;div&gt;Variable 3 Actions&lt;/div&gt;" style="rounded=1;whiteSpace=wrap;html=1;fontSize=7;" parent="1" vertex="1">
-           <mxGeometry x="561.31" y="672.82" width="120" height="20" as="geometry" />
+           <mxGeometry x="560.91" y="766.1800000000001" width="120" height="20" as="geometry" />
        </mxCell>
        <mxCell id="H4vYK6OcZFrmIF_h3pnX-66" value="Lowest Total&lt;div&gt;Predicted MVC&lt;/div&gt;" style="rounded=1;whiteSpace=wrap;html=1;fontSize=10;" parent="1" vertex="1">
          <mxGeometry x="553.79" y="492.82000000000005" width="135.05" height="30" as="geometry" />
        </mxCell>
        <mxCell id="H4vYK6OcZFrmIF_h3pnX-69" value="&lt;span&gt;1000 Iterations&lt;/span&gt;" style="rounded=1;whiteSpace=wrap;html=1;fontSize=10;" parent="1" vertex="1">
          <mxGeometry x="140.53" y="556.09" width="120" height="20" as="geometry" />
        </mxCell>
        <mxCell id="wSrt-C2378grb9r9hSUO-1" value="10-Fold Cross Validation" style="rounded=1;whiteSpace=wrap;html=1;strokeColor=#000000;fontColor=#000000;fontSize=9;" parent="1" vertex="1">
          <mxGeometry x="133" y="332.8" width="80" height="30" as="geometry" />
        </mxCell>
        <mxCell id="wSrt-C2378grb9r9hSUO-2" style="edgeStyle=orthogonalEdgeStyle;rounded=0;orthogonalLoop=1;jettySize=auto;html=1;entryX=0;entryY=0.5;entryDx=0;entryDy=0;endArrow=open;endFill=0;endSize=4;startSize=4;exitX=1;exitY=0.5;exitDx=0;exitDy=0;" parent="1" source="wSrt-C2378grb9r9hSUO-1" target="H4vYK6OcZFrmIF_h3pnX-27" edge="1">
          <mxGeometry relative="1" as="geometry">
            <mxPoint x="218" y="326" as="sourcePoint" />
            <mxPoint x="252" y="315" as="targetPoint" />
            <Array as="points">
              <mxPoint x="225" y="348" />
              <mxPoint x="225" y="310" />
            </Array>
          </mxGeometry>
        </mxCell>
        <mxCell id="wSrt-C2378grb9r9hSUO-3" style="edgeStyle=orthogonalEdgeStyle;rounded=0;orthogonalLoop=1;jettySize=auto;html=1;entryX=0;entryY=0.5;entryDx=0;entryDy=0;endArrow=open;endFill=0;endSize=4;startSize=4;exitX=1;exitY=0.5;exitDx=0;exitDy=0;" parent="1" source="zVcd5So7Ncbx6f7flit7-28" target="H4vYK6OcZFrmIF_h3pnX-27" edge="1">
          <mxGeometry relative="1" as="geometry">
            <mxPoint x="218" y="353" as="sourcePoint" />
            <mxPoint x="252" y="315" as="targetPoint" />
            <Array as="points">
              <mxPoint x="235" y="310" />
              <mxPoint x="235" y="310" />
            </Array>
          </mxGeometry>
+         </mxCell>
+         <mxCell id="rwJK5hasudbogyM0Jc3B-1" value="&lt;span&gt;100 Random Iterations&lt;/span&gt;" style="rounded=1;whiteSpace=wrap;html=1;fontSize=10;" vertex="1" parent="1">
+           <mxGeometry x="139.31" y="585" width="120" height="20" as="geometry" />
+         </mxCell>
+         <mxCell id="rwJK5hasudbogyM0Jc3B-2" value="&lt;span&gt;1 Guided Iteration&lt;/span&gt;" style="rounded=1;whiteSpace=wrap;html=1;fontSize=10;" vertex="1" parent="1">
+           <mxGeometry x="141.34" y="612" width="120" height="20" as="geometry" />
+         </mxCell>
+         <mxCell id="rwJK5hasudbogyM0Jc3B-3" value="Text" style="text;strokeColor=none;align=center;fillColor=none;html=1;verticalAlign=middle;whiteSpace=wrap;rounded=0;" vertex="1" parent="1">
+           <mxGeometry x="330" y="225" width="60" height="30" as="geometry" />
        </mxCell>
      </root>
    </mxGraphModel>
  </diagram>
</mxfile>
